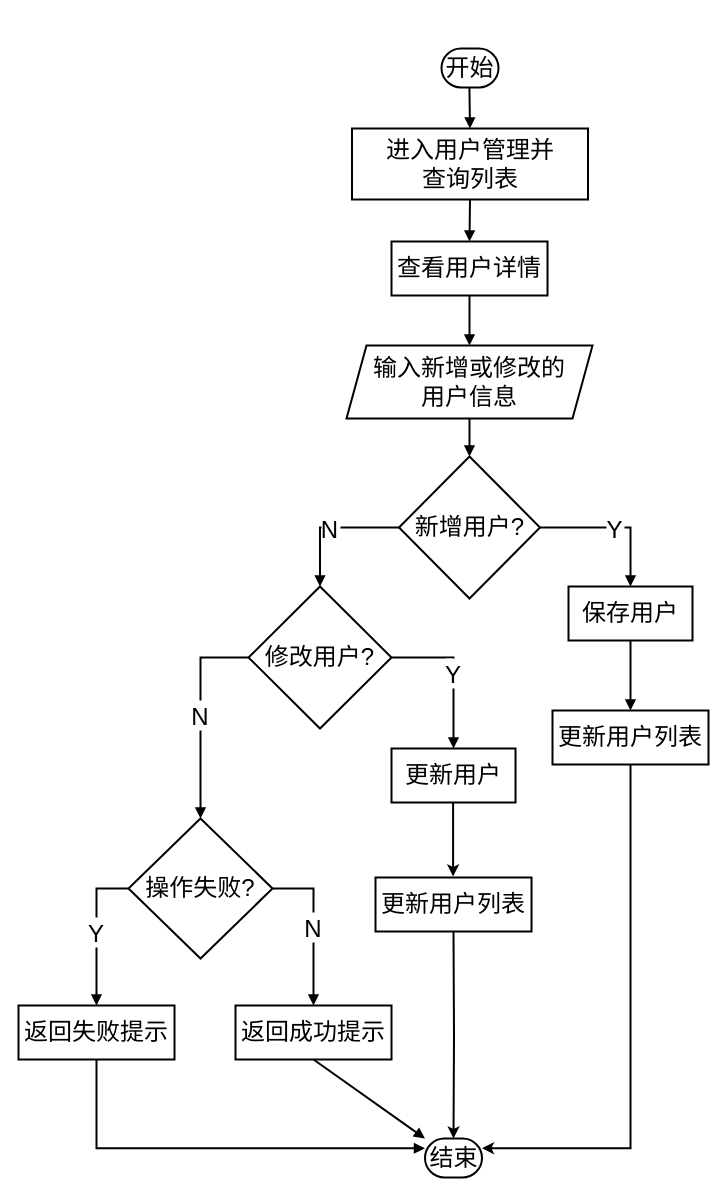
This is 用户信息管理功能流程图.drawio from LichCarlos/darwIo, a draw.io file, before an edit. Source tidied: cells renumbered, new cells numbered last; positions are measured from the earlier drawing's top-left corner, leaving out a move shared by most shapes. Both pictures are drawn from the tidied source at 100%, with x=0, y=0 at pixel (18, 48).
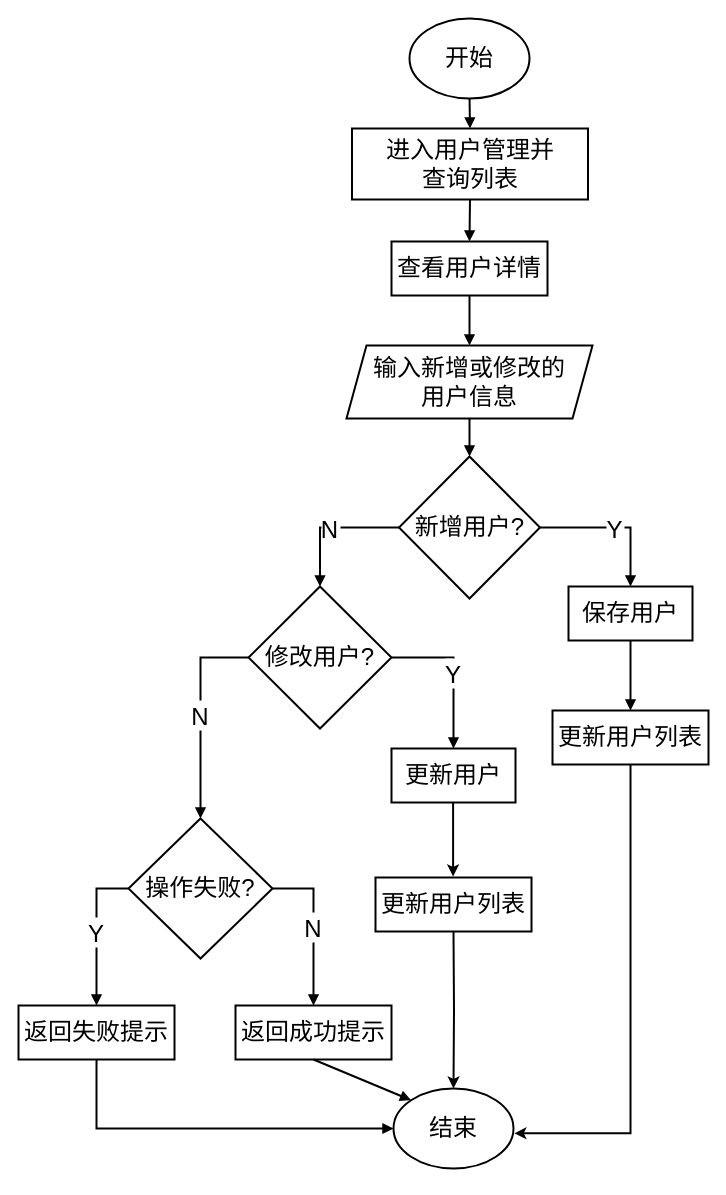
After the change.

Commit message:
更新用户信息管理功能流程图.drawio

The change refers to these unchanged cells:
```xml
<mxCell id="6" value="进入用户管理并&#10;查询列表" style="whiteSpace=wrap;strokeWidth=2;fontSize=24;" parent="1" vertex="1">
  <mxGeometry x="333.5" y="80" width="236" height="71" as="geometry" />
</mxCell>
<mxCell id="14" value="返回失败提示" style="whiteSpace=wrap;strokeWidth=2;fontSize=24;" parent="1" vertex="1">
  <mxGeometry y="957" width="156" height="54" as="geometry" />
</mxCell>
<mxCell id="30" value="更新用户列表" style="whiteSpace=wrap;strokeWidth=2;fontSize=24;" parent="1" vertex="1">
  <mxGeometry x="534" y="662" width="156" height="54" as="geometry" />
</mxCell>
```

Diff of the diagram source:
```diff
@@
-    <mxCell id="5" value="开始" style="rounded=1;whiteSpace=wrap;arcSize=50;strokeWidth=2;fontSize=24;" parent="1" vertex="1">
-      <mxGeometry x="423" width="57" height="39" as="geometry" />
-    </mxCell>
@@
-    <mxCell id="16" style="curved=1;startArrow=none;endArrow=block;strokeWidth=2;exitX=0.49;exitY=1;entryX=0.5;entryY=0;rounded=0;fontSize=24;" parent="1" edge="1" source="5" target="6">
-      <mxGeometry relative="1" as="geometry" />
+    <mxCell id="16" style="curved=1;startArrow=none;endArrow=block;strokeWidth=2;exitX=0.49;exitY=1;entryX=0.5;entryY=0;rounded=0;fontSize=24;" parent="1" edge="1" target="6">
+      <mxGeometry relative="1" as="geometry">
+        <mxPoint x="450.9" y="39" as="sourcePoint" />
+      </mxGeometry>
     </mxCell>
@@
-    <mxCell id="27" style="startArrow=none;endArrow=block;strokeWidth=2;exitX=0.5;exitY=0.99;entryX=0;entryY=0.25;rounded=0;fontSize=24;entryDx=0;entryDy=0;edgeStyle=orthogonalEdgeStyle;" parent="1" edge="1" source="14" target="34">
+    <mxCell id="27" style="startArrow=none;endArrow=block;strokeWidth=2;exitX=0.5;exitY=0.99;entryX=0;entryY=0.5;rounded=0;fontSize=24;entryDx=0;entryDy=0;edgeStyle=orthogonalEdgeStyle;" parent="1" edge="1" source="14" target="34">
       <mxGeometry relative="1" as="geometry" />
     </mxCell>
@@
-    <mxCell id="29" style="edgeStyle=orthogonalEdgeStyle;rounded=0;jettySize=auto;html=1;entryX=1;entryY=0.25;entryDx=0;entryDy=0;strokeWidth=2;" parent="1" edge="1" source="30" target="34">
+    <mxCell id="29" style="edgeStyle=orthogonalEdgeStyle;rounded=0;jettySize=auto;html=1;entryX=1.007;entryY=0.56;entryDx=0;entryDy=0;strokeWidth=2;entryPerimeter=0;" parent="1" edge="1" source="30" target="34">
       <mxGeometry relative="1" as="geometry">
         <Array as="points">
-          <mxPoint x="612" y="1100" />
+          <mxPoint x="612" y="1085" />
+          <mxPoint x="496" y="1085" />
         </Array>
       </mxGeometry>
     </mxCell>
@@
+    <mxCell id="5" value="开始" style="ellipse;whiteSpace=wrap;html=1;fontSize=24;strokeWidth=2;" parent="1" vertex="1">
+      <mxGeometry x="391" y="-30" width="120" height="80" as="geometry" />
+    </mxCell>
-    <mxCell id="34" value="结束" style="rounded=1;whiteSpace=wrap;arcSize=50;strokeWidth=2;fontSize=24;" parent="1" vertex="1">
-      <mxGeometry x="406.5" y="1090" width="57" height="39" as="geometry" />
+    <mxCell id="34" value="结束" style="ellipse;whiteSpace=wrap;html=1;fontSize=24;strokeWidth=2;" parent="1" vertex="1">
+      <mxGeometry x="375" y="1040" width="120" height="80" as="geometry" />
     </mxCell>
```
